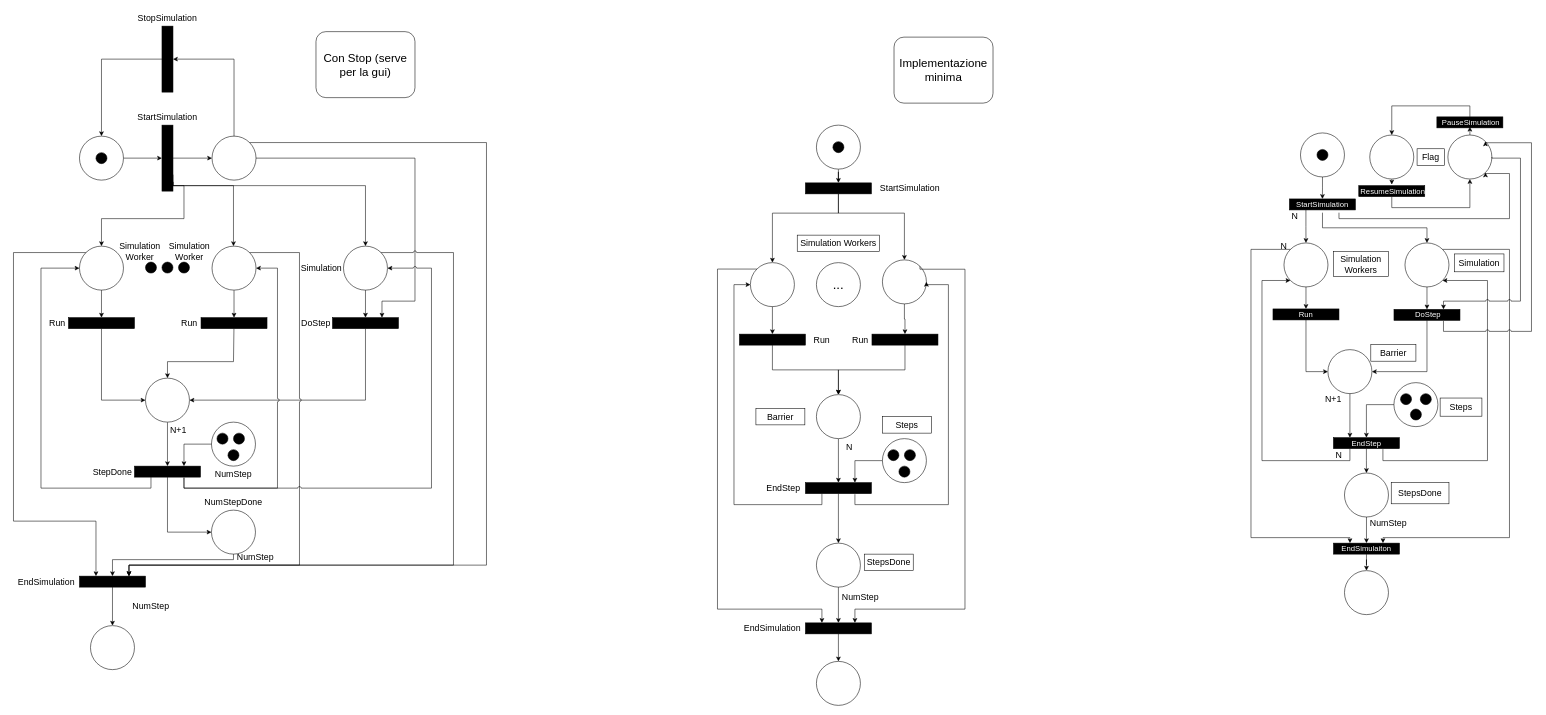
zucchero-sintattico/PCD-ASS02-23-24 keeps this draw.io diagram as page "petrinet" (2 of 3) of PCD_ASS01.drawio. Above is the earlier version. Source tidied: cells renumbered, new cells numbered last; positions are measured from the earlier drawing's top-left corner, leaving out a move shared by most shapes. Both pictures are drawn from the tidied source at 55%, with x=0, y=0 at pixel (13, 9).
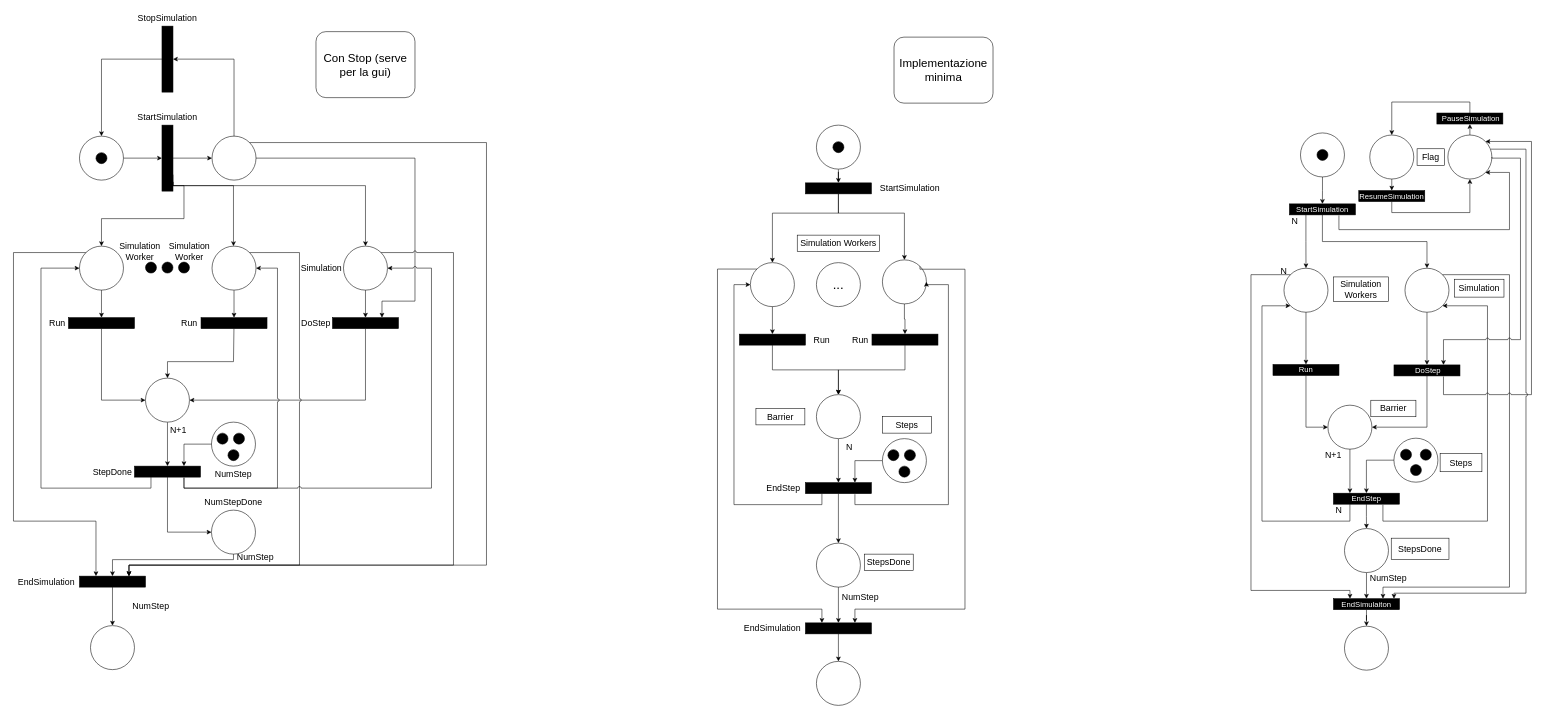
The same diagram, later.

Unchanged cells that the change refers to:
```xml
<mxCell id="120" style="ellipse;whiteSpace=wrap;html=1;" parent="1" vertex="1">
  <mxGeometry x="2608" y="228" width="80" height="80" as="geometry" />
</mxCell>
<mxCell id="126" style="ellipse;whiteSpace=wrap;html=1;" parent="1" vertex="1">
  <mxGeometry x="2466" y="228" width="80" height="80" as="geometry" />
</mxCell>
```

Change to the diagram source:
```diff
@@
-    <mxCell id="115" style="edgeStyle=orthogonalEdgeStyle;rounded=0;jettySize=auto;html=1;entryX=1;entryY=1;entryDx=0;entryDy=0;exitX=1;exitY=1;exitDx=0;exitDy=0;" parent="1" edge="1" source="119" target="120">
+    <mxCell id="115" style="edgeStyle=orthogonalEdgeStyle;rounded=0;jettySize=auto;html=1;exitX=1;exitY=0.25;exitDx=1;exitDy=0;exitPerimeter=0;" parent="1" edge="1" source="118">
       <mxGeometry relative="1" as="geometry">
+        <mxPoint x="2676" y="296" as="targetPoint" />
         <Array as="points">
-          <mxPoint x="2410" y="380" />
-          <mxPoint x="2720" y="380" />
-          <mxPoint x="2720" y="298" />
+          <mxPoint x="2410" y="400" />
+          <mxPoint x="2720" y="400" />
+          <mxPoint x="2720" y="296" />
         </Array>
       </mxGeometry>
     </mxCell>
-    <mxCell id="116" style="edgeStyle=orthogonalEdgeStyle;rounded=0;jettySize=auto;html=1;exitX=0.5;exitY=1;exitDx=0;exitDy=0;entryX=0.5;entryY=0;entryDx=0;entryDy=0;" parent="1" edge="1" source="119" target="123">
+    <mxCell id="116" style="edgeStyle=orthogonalEdgeStyle;rounded=0;jettySize=auto;html=1;exitX=1;exitY=0.5;exitDx=0;exitDy=0;entryX=0.5;entryY=0;entryDx=0;entryDy=0;exitPerimeter=0;" parent="1" edge="1" source="118" target="123">
       <mxGeometry relative="1" as="geometry" />
     </mxCell>
@@
     <mxCell id="118" style="rounded=0;whiteSpace=wrap;html=1;fillColor=#000000;points=[[0,0,0,0,0],[0,0.25,0,0,0],[0,0.5,0,0,0],[0,0.58,0,-8,0],[0,0.75,0,0,0],[0,1,0,0,0],[0.25,0,0,0,0],[0.25,1,0,0,0],[0.5,0,0,0,0],[0.5,1,0,0,0],[0.75,0,0,0,0],[0.75,1,0,0,0],[1,0,0,0,0],[1,0.25,0,1,0],[1,0.5,0,0,0],[1,0.75,0,0,0],[1,0.86,0,0,0],[1,1,0,0,0]];rotation=90;" parent="1" vertex="1">
-      <mxGeometry x="2369.9" y="294.2" width="20" height="120" as="geometry" />
+      <mxGeometry x="2369.9" y="303.2" width="20" height="120" as="geometry" />
     </mxCell>
     <mxCell id="119" value="&lt;font color=&quot;#ffffff&quot; style=&quot;font-size: 14px;&quot;&gt;StartSimulation&lt;/font&gt;" style="text;html=1;align=center;verticalAlign=middle;whiteSpace=wrap;rounded=0;fillColor=none;" parent="1" vertex="1">
-      <mxGeometry x="2350" y="339.2" width="60" height="30" as="geometry" />
+      <mxGeometry x="2350" y="348.2" width="60" height="30" as="geometry" />
     </mxCell>
@@
     <mxCell id="121" style="ellipse;whiteSpace=wrap;html=1;" parent="1" vertex="1">
-      <mxGeometry x="2310" y="424.2" width="80" height="80" as="geometry" />
+      <mxGeometry x="2310" y="470.2" width="80" height="80" as="geometry" />
     </mxCell>
@@
     <mxCell id="123" style="ellipse;whiteSpace=wrap;html=1;" parent="1" vertex="1">
-      <mxGeometry x="2530" y="424.2" width="80" height="80" as="geometry" />
+      <mxGeometry x="2530" y="470.2" width="80" height="80" as="geometry" />
     </mxCell>
-    <mxCell id="124" style="edgeStyle=orthogonalEdgeStyle;rounded=0;jettySize=auto;html=1;exitX=0;exitY=0.5;exitDx=0;exitDy=0;exitPerimeter=0;entryX=0.5;entryY=1;entryDx=0;entryDy=0;" parent="1" edge="1" source="125" target="120">
-      <mxGeometry relative="1" as="geometry" />
-    </mxCell>
     <mxCell id="125" style="rounded=0;whiteSpace=wrap;html=1;fillColor=#000000;points=[[0,0,0,0,0],[0,0.25,0,0,0],[0,0.5,0,0,0],[0,0.58,0,-8,0],[0,0.75,0,0,0],[0,1,0,0,0],[0.25,0,0,0,0],[0.25,1,0,0,0],[0.5,0,0,0,0],[0.5,1,0,0,0],[0.75,0,0,0,0],[0.75,1,0,0,0],[1,0,0,0,0],[1,0.25,0,1,0],[1,0.5,0,0,0],[1,0.75,0,0,0],[1,0.86,0,0,0],[1,1,0,0,0]];rotation=-90;" parent="1" vertex="1">
-      <mxGeometry x="2496" y="270" width="20" height="120" as="geometry" />
+      <mxGeometry x="2496" y="279" width="20" height="120" as="geometry" />
     </mxCell>
@@
     <mxCell id="128" style="rounded=0;whiteSpace=wrap;html=1;fillColor=#000000;points=[[0,0,0,0,0],[0,0.25,0,0,0],[0,0.5,0,0,0],[0,0.58,0,-8,0],[0,0.75,0,0,0],[0,1,0,0,0],[0.25,0,0,0,0],[0.25,1,0,0,0],[0.5,0,0,0,0],[0.5,1,0,0,0],[0.75,0,0,0,0],[0.75,1,0,0,0],[1,0,0,0,0],[1,0.25,0,1,0],[1,0.5,0,0,0],[1,0.75,0,0,0],[1,0.86,0,0,0],[1,1,0,0,0]];rotation=90;" parent="1" vertex="1">
-      <mxGeometry x="2340" y="494.2" width="20" height="120" as="geometry" />
+      <mxGeometry x="2340" y="595.2" width="20" height="120" as="geometry" />
     </mxCell>
     <mxCell id="129" value="&lt;font color=&quot;#ffffff&quot; style=&quot;font-size: 14px;&quot;&gt;Run&lt;/font&gt;" style="text;html=1;align=center;verticalAlign=middle;whiteSpace=wrap;rounded=0;fillColor=none;" parent="1" vertex="1">
-      <mxGeometry x="2320" y="539.2" width="60" height="30" as="geometry" />
+      <mxGeometry x="2320" y="640.2" width="60" height="30" as="geometry" />
     </mxCell>
@@
     <mxCell id="131" style="rounded=0;whiteSpace=wrap;html=1;fillColor=#000000;points=[[0,0,0,0,0],[0,0.25,0,0,0],[0,0.5,0,0,0],[0,0.58,0,-8,0],[0,0.75,0,0,0],[0,1,0,0,0],[0.25,0,0,0,0],[0.25,1,0,0,0],[0.5,0,0,0,0],[0.5,1,0,0,0],[0.75,0,0,0,0],[0.75,1,0,0,0],[1,0,0,0,0],[1,0.25,0,1,0],[1,0.5,0,0,0],[1,0.75,0,0,0],[1,0.86,0,0,0],[1,1,0,0,0]];rotation=90;" parent="1" vertex="1">
-      <mxGeometry x="2560" y="495" width="20" height="120" as="geometry" />
+      <mxGeometry x="2560" y="596" width="20" height="120" as="geometry" />
     </mxCell>
@@
     <mxCell id="133" style="ellipse;whiteSpace=wrap;html=1;" parent="1" vertex="1">
-      <mxGeometry x="2389.9" y="618.2" width="80" height="80" as="geometry" />
+      <mxGeometry x="2389.9" y="719.2" width="80" height="80" as="geometry" />
     </mxCell>
@@
     <mxCell id="135" style="edgeStyle=orthogonalEdgeStyle;rounded=0;jettySize=auto;html=1;exitX=1;exitY=0.75;exitDx=0;exitDy=0;exitPerimeter=0;entryX=0;entryY=1;entryDx=0;entryDy=0;" parent="1" edge="1" source="137" target="121">
       <mxGeometry relative="1" as="geometry">
         <Array as="points">
-          <mxPoint x="2430" y="820" />
-          <mxPoint x="2270" y="820" />
-          <mxPoint x="2270" y="493" />
+          <mxPoint x="2430" y="930" />
+          <mxPoint x="2270" y="930" />
+          <mxPoint x="2270" y="539" />
         </Array>
       </mxGeometry>
     </mxCell>
     <mxCell id="136" style="edgeStyle=orthogonalEdgeStyle;rounded=0;jettySize=auto;html=1;exitX=1;exitY=0.25;exitDx=1;exitDy=0;exitPerimeter=0;entryX=1;entryY=1;entryDx=0;entryDy=0;" parent="1" edge="1" source="137" target="123">
       <mxGeometry relative="1" as="geometry">
         <Array as="points">
-          <mxPoint x="2490" y="820" />
-          <mxPoint x="2680" y="820" />
-          <mxPoint x="2680" y="493" />
+          <mxPoint x="2490" y="930" />
+          <mxPoint x="2680" y="930" />
+          <mxPoint x="2680" y="539" />
         </Array>
       </mxGeometry>
     </mxCell>
     <mxCell id="137" style="rounded=0;whiteSpace=wrap;html=1;fillColor=#000000;points=[[0,0,0,0,0],[0,0.25,0,0,0],[0,0.5,0,0,0],[0,0.58,0,-8,0],[0,0.75,0,0,0],[0,1,0,0,0],[0.25,0,0,0,0],[0.25,1,0,0,0],[0.5,0,0,0,0],[0.5,1,0,0,0],[0.75,0,0,0,0],[0.75,1,0,0,0],[1,0,0,0,0],[1,0.25,0,1,0],[1,0.5,0,0,0],[1,0.75,0,0,0],[1,0.86,0,0,0],[1,1,0,0,0]];rotation=90;" parent="1" vertex="1">
-      <mxGeometry x="2449.9" y="728.2" width="20" height="120" as="geometry" />
+      <mxGeometry x="2449.9" y="829.2" width="20" height="120" as="geometry" />
     </mxCell>
@@
     <mxCell id="139" style="ellipse;whiteSpace=wrap;html=1;" parent="1" vertex="1">
-      <mxGeometry x="2509.9" y="678.2" width="80" height="80" as="geometry" />
+      <mxGeometry x="2509.9" y="779.2" width="80" height="80" as="geometry" />
     </mxCell>
     <mxCell id="140" style="edgeStyle=orthogonalEdgeStyle;rounded=0;jettySize=auto;html=1;entryX=0;entryY=0.5;entryDx=0;entryDy=0;entryPerimeter=0;" parent="1" edge="1" source="139" target="137">
       <mxGeometry relative="1" as="geometry">
         <Array as="points">
-          <mxPoint x="2459.9" y="718.2" />
+          <mxPoint x="2459.9" y="819.2" />
         </Array>
       </mxGeometry>
     </mxCell>
@@
     <mxCell id="142" style="ellipse;whiteSpace=wrap;html=1;" parent="1" vertex="1">
-      <mxGeometry x="2420" y="842.5" width="80" height="80" as="geometry" />
+      <mxGeometry x="2420" y="943.5" width="80" height="80" as="geometry" />
     </mxCell>
@@
     <mxCell id="144" style="rounded=0;whiteSpace=wrap;html=1;fillColor=#000000;points=[[0,0,0,0,0],[0,0.25,0,0,0],[0,0.5,0,0,0],[0,0.58,0,-8,0],[0,0.75,0,0,0],[0,1,0,0,0],[0.25,0,0,0,0],[0.25,1,0,0,0],[0.5,0,0,0,0],[0.5,1,0,0,0],[0.75,0,0,0,0],[0.75,1,0,0,0],[1,0,0,0,0],[1,0.25,0,1,0],[1,0.5,0,0,0],[1,0.75,0,0,0],[1,0.86,0,0,0],[1,1,0,0,0]];rotation=90;" parent="1" vertex="1">
-      <mxGeometry x="2450" y="920" width="20" height="120" as="geometry" />
+      <mxGeometry x="2450" y="1021" width="20" height="120" as="geometry" />
     </mxCell>
     <mxCell id="145" style="edgeStyle=orthogonalEdgeStyle;rounded=0;jettySize=auto;html=1;exitX=0;exitY=0;exitDx=0;exitDy=0;entryX=0;entryY=0.75;entryDx=0;entryDy=0;entryPerimeter=0;" parent="1" edge="1" source="121" target="144">
       <mxGeometry relative="1" as="geometry">
         <Array as="points">
-          <mxPoint x="2250" y="436" />
-          <mxPoint x="2250" y="960" />
-          <mxPoint x="2430" y="960" />
+          <mxPoint x="2250" y="482" />
+          <mxPoint x="2250" y="1056" />
+          <mxPoint x="2430" y="1056" />
         </Array>
       </mxGeometry>
     </mxCell>
     <mxCell id="146" style="ellipse;whiteSpace=wrap;html=1;" parent="1" vertex="1">
-      <mxGeometry x="2420" y="1020" width="80" height="80" as="geometry" />
+      <mxGeometry x="2420" y="1121" width="80" height="80" as="geometry" />
     </mxCell>
     <mxCell id="147" value="&lt;font color=&quot;#ffffff&quot; style=&quot;font-size: 14px;&quot;&gt;EndStep&lt;/font&gt;" style="text;html=1;align=center;verticalAlign=middle;whiteSpace=wrap;rounded=0;fillColor=none;" parent="1" vertex="1">
-      <mxGeometry x="2429.9" y="773.2" width="60" height="30" as="geometry" />
+      <mxGeometry x="2429.9" y="874.2" width="60" height="30" as="geometry" />
     </mxCell>
     <mxCell id="148" value="&lt;font color=&quot;#ffffff&quot; style=&quot;font-size: 14px;&quot;&gt;EndSimulaiton&lt;/font&gt;" style="text;html=1;align=center;verticalAlign=middle;whiteSpace=wrap;rounded=0;fillColor=none;" parent="1" vertex="1">
-      <mxGeometry x="2430" y="965" width="60" height="30" as="geometry" />
+      <mxGeometry x="2430" y="1066" width="60" height="30" as="geometry" />
     </mxCell>
     <mxCell id="149" style="ellipse;whiteSpace=wrap;html=1;fillColor=#000000;" parent="1" vertex="1">
-      <mxGeometry x="2521.9" y="698.2" width="20" height="20" as="geometry" />
+      <mxGeometry x="2521.9" y="799.2" width="20" height="20" as="geometry" />
     </mxCell>
     <mxCell id="150" style="ellipse;whiteSpace=wrap;html=1;fillColor=#000000;" parent="1" vertex="1">
-      <mxGeometry x="2557.9" y="698.2" width="20" height="20" as="geometry" />
+      <mxGeometry x="2557.9" y="799.2" width="20" height="20" as="geometry" />
     </mxCell>
     <mxCell id="151" style="ellipse;whiteSpace=wrap;html=1;fillColor=#000000;" parent="1" vertex="1">
-      <mxGeometry x="2539.9" y="726.2" width="20" height="20" as="geometry" />
+      <mxGeometry x="2539.9" y="827.2" width="20" height="20" as="geometry" />
     </mxCell>
     <mxCell id="152" value="&lt;span style=&quot;font-size: 16px;&quot;&gt;N&lt;/span&gt;" style="text;html=1;align=center;verticalAlign=middle;whiteSpace=wrap;rounded=0;" parent="1" vertex="1">
-      <mxGeometry x="2300" y="360" width="60" height="30" as="geometry" />
+      <mxGeometry x="2300" y="369" width="60" height="30" as="geometry" />
     </mxCell>
     <mxCell id="153" value="&lt;span style=&quot;font-size: 16px;&quot;&gt;N+1&lt;/span&gt;" style="text;html=1;align=center;verticalAlign=middle;whiteSpace=wrap;rounded=0;" parent="1" vertex="1">
-      <mxGeometry x="2369.9" y="693.2" width="60" height="30" as="geometry" />
+      <mxGeometry x="2369.9" y="794.2" width="60" height="30" as="geometry" />
     </mxCell>
     <mxCell id="154" value="&lt;span style=&quot;font-size: 16px;&quot;&gt;N&lt;/span&gt;" style="text;html=1;align=center;verticalAlign=middle;whiteSpace=wrap;rounded=0;" parent="1" vertex="1">
-      <mxGeometry x="2379.8" y="794.2" width="60" height="30" as="geometry" />
+      <mxGeometry x="2379.8" y="895.2" width="60" height="30" as="geometry" />
     </mxCell>
     <mxCell id="155" value="&lt;span style=&quot;font-size: 16px;&quot;&gt;NumStep&lt;/span&gt;" style="text;html=1;align=center;verticalAlign=middle;whiteSpace=wrap;rounded=0;" parent="1" vertex="1">
-      <mxGeometry x="2470.1" y="919.2" width="59.8" height="28.2" as="geometry" />
+      <mxGeometry x="2470.1" y="1020.2" width="59.8" height="28.2" as="geometry" />
     </mxCell>
     <mxCell id="156" value="&lt;span style=&quot;font-size: 16px;&quot;&gt;N&lt;/span&gt;" style="text;html=1;align=center;verticalAlign=middle;whiteSpace=wrap;rounded=0;" parent="1" vertex="1">
-      <mxGeometry x="2280" y="414.2" width="60" height="30" as="geometry" />
+      <mxGeometry x="2280" y="460.2" width="60" height="30" as="geometry" />
     </mxCell>
     <mxCell id="157" value="&lt;span style=&quot;font-size: 16px;&quot;&gt;Simulation&lt;/span&gt;" style="text;html=1;align=center;verticalAlign=middle;whiteSpace=wrap;rounded=0;fillColor=none;strokeColor=default;" parent="1" vertex="1">
-      <mxGeometry x="2620" y="444.2" width="90" height="32.5" as="geometry" />
+      <mxGeometry x="2620" y="490.2" width="90" height="32.5" as="geometry" />
     </mxCell>
     <mxCell id="158" value="&lt;font style=&quot;font-size: 16px;&quot;&gt;Barrier&lt;/font&gt;" style="text;html=1;align=center;verticalAlign=middle;whiteSpace=wrap;rounded=0;fillColor=none;strokeColor=default;" parent="1" vertex="1">
-      <mxGeometry x="2467.9" y="609.2" width="82" height="30" as="geometry" />
+      <mxGeometry x="2467.9" y="710.2" width="82" height="30" as="geometry" />
     </mxCell>
     <mxCell id="159" value="&lt;font style=&quot;font-size: 16px;&quot;&gt;Steps&lt;/font&gt;" style="text;html=1;align=center;verticalAlign=middle;whiteSpace=wrap;rounded=0;fillColor=none;strokeColor=default;" parent="1" vertex="1">
-      <mxGeometry x="2593.9" y="706.2" width="76" height="33" as="geometry" />
+      <mxGeometry x="2593.9" y="807.2" width="76" height="33" as="geometry" />
     </mxCell>
     <mxCell id="160" value="&lt;font style=&quot;font-size: 16px;&quot;&gt;StepsDone&lt;/font&gt;" style="text;html=1;align=center;verticalAlign=middle;whiteSpace=wrap;rounded=0;fillColor=none;strokeColor=default;" parent="1" vertex="1">
-      <mxGeometry x="2505" y="860" width="105" height="38.5" as="geometry" />
+      <mxGeometry x="2505" y="961" width="105" height="38.5" as="geometry" />
     </mxCell>
     <mxCell id="161" value="&lt;font style=&quot;font-size: 16px;&quot;&gt;Simulation Workers&lt;/font&gt;" style="text;html=1;align=center;verticalAlign=middle;whiteSpace=wrap;rounded=0;fillColor=none;strokeColor=default;" parent="1" vertex="1">
-      <mxGeometry x="2400" y="440" width="100" height="45" as="geometry" />
+      <mxGeometry x="2400" y="486" width="100" height="45" as="geometry" />
     </mxCell>
@@
     <mxCell id="163" style="edgeStyle=orthogonalEdgeStyle;rounded=0;jettySize=auto;html=1;exitX=1;exitY=0;exitDx=0;exitDy=0;entryX=0;entryY=0.25;entryDx=0;entryDy=0;entryPerimeter=0;" parent="1" edge="1" source="123" target="144">
       <mxGeometry relative="1" as="geometry">
         <Array as="points">
-          <mxPoint x="2720" y="436" />
-          <mxPoint x="2720" y="960" />
-          <mxPoint x="2490" y="960" />
+          <mxPoint x="2720" y="482" />
+          <mxPoint x="2720" y="1050" />
+          <mxPoint x="2490" y="1050" />
         </Array>
       </mxGeometry>
     </mxCell>
@@
     <mxCell id="165" style="rounded=0;whiteSpace=wrap;html=1;fillColor=#000000;points=[[0,0,0,0,0],[0,0.25,0,0,0],[0,0.5,0,0,0],[0,0.58,0,-8,0],[0,0.75,0,0,0],[0,1,0,0,0],[0.25,0,0,0,0],[0.25,1,0,0,0],[0.5,0,0,0,0],[0.5,1,0,0,0],[0.75,0,0,0,0],[0.75,1,0,0,0],[1,0,0,0,0],[1,0.25,0,1,0],[1,0.5,0,0,0],[1,0.75,0,0,0],[1,0.86,0,0,0],[1,1,0,0,0]];rotation=-90;" parent="1" vertex="1">
-      <mxGeometry x="2638" y="145" width="20" height="120" as="geometry" />
+      <mxGeometry x="2638" y="138" width="20" height="120" as="geometry" />
     </mxCell>
     <mxCell id="166" style="edgeStyle=orthogonalEdgeStyle;rounded=0;jettySize=auto;html=1;exitX=1;exitY=0.5;exitDx=0;exitDy=0;entryX=0;entryY=0.25;entryDx=0;entryDy=0;entryPerimeter=0;jumpStyle=arc;" parent="1" edge="1" source="120" target="131">
       <mxGeometry relative="1" as="geometry">
         <Array as="points">
+          <mxPoint x="2688" y="270" />
           <mxPoint x="2740" y="270" />
-          <mxPoint x="2740" y="530" />
-          <mxPoint x="2600" y="530" />
+          <mxPoint x="2740" y="600" />
+          <mxPoint x="2600" y="600" />
         </Array>
       </mxGeometry>
     </mxCell>
-    <mxCell id="167" style="edgeStyle=orthogonalEdgeStyle;rounded=0;jettySize=auto;html=1;exitX=0.5;exitY=1;exitDx=0;exitDy=0;entryX=1;entryY=0.5;entryDx=0;entryDy=0;entryPerimeter=0;" parent="1" edge="1" source="126">
-      <mxGeometry relative="1" as="geometry">
-        <mxPoint x="2506" y="318" as="targetPoint" />
-      </mxGeometry>
+    <mxCell id="167" style="edgeStyle=orthogonalEdgeStyle;rounded=0;jettySize=auto;html=1;exitX=0.5;exitY=1;exitDx=0;exitDy=0;entryX=1;entryY=0.5;entryDx=0;entryDy=0;entryPerimeter=0;" parent="1" edge="1" source="126" target="125">
+      <mxGeometry relative="1" as="geometry" />
     </mxCell>
-    <mxCell id="168" style="edgeStyle=orthogonalEdgeStyle;rounded=0;jettySize=auto;html=1;exitX=0.5;exitY=0;exitDx=0;exitDy=0;entryX=0;entryY=0.5;entryDx=0;entryDy=0;entryPerimeter=0;" parent="1" edge="1" source="120">
-      <mxGeometry relative="1" as="geometry">
-        <mxPoint x="2648" y="213" as="targetPoint" />
-      </mxGeometry>
+    <mxCell id="168" style="edgeStyle=orthogonalEdgeStyle;rounded=0;jettySize=auto;html=1;exitX=0.5;exitY=0;exitDx=0;exitDy=0;entryX=0;entryY=0.5;entryDx=0;entryDy=0;entryPerimeter=0;" parent="1" edge="1" source="120" target="165">
+      <mxGeometry relative="1" as="geometry" />
     </mxCell>
     <mxCell id="169" value="&lt;font color=&quot;#ffffff&quot; style=&quot;font-size: 14px;&quot;&gt;DoStep&lt;/font&gt;" style="text;html=1;align=center;verticalAlign=middle;whiteSpace=wrap;rounded=0;fillColor=none;" parent="1" vertex="1">
-      <mxGeometry x="2542" y="540" width="60" height="30" as="geometry" />
+      <mxGeometry x="2542" y="641" width="60" height="30" as="geometry" />
     </mxCell>
     <mxCell id="170" style="edgeStyle=orthogonalEdgeStyle;rounded=0;jettySize=auto;html=1;exitX=1;exitY=0.25;exitDx=1;exitDy=0;exitPerimeter=0;entryX=1;entryY=0;entryDx=0;entryDy=0;jumpStyle=arc;" parent="1" edge="1" source="131" target="120">
       <mxGeometry relative="1" as="geometry">
         <Array as="points">
-          <mxPoint x="2600" y="585" />
-          <mxPoint x="2760" y="585" />
-          <mxPoint x="2760" y="242" />
+          <mxPoint x="2600" y="700" />
+          <mxPoint x="2760" y="700" />
+          <mxPoint x="2760" y="240" />
         </Array>
       </mxGeometry>
     </mxCell>
     <mxCell id="171" value="&lt;font color=&quot;#ffffff&quot; style=&quot;font-size: 14px;&quot;&gt;PauseSimulation&lt;/font&gt;" style="text;html=1;align=center;verticalAlign=middle;whiteSpace=wrap;rounded=0;fillColor=none;" parent="1" vertex="1">
-      <mxGeometry x="2620" y="190" width="60" height="30" as="geometry" />
+      <mxGeometry x="2620" y="183" width="60" height="30" as="geometry" />
     </mxCell>
+    <mxCell id="124" style="edgeStyle=orthogonalEdgeStyle;rounded=0;jettySize=auto;html=1;exitX=0;exitY=0.5;exitDx=0;exitDy=0;exitPerimeter=0;entryX=0.5;entryY=1;entryDx=0;entryDy=0;" parent="1" edge="1" source="125" target="120">
+      <mxGeometry relative="1" as="geometry" />
+    </mxCell>
     <mxCell id="172" value="&lt;font color=&quot;#ffffff&quot; style=&quot;font-size: 14px;&quot;&gt;ResumeSimulation&lt;/font&gt;" style="text;html=1;align=center;verticalAlign=middle;whiteSpace=wrap;rounded=0;fillColor=none;" parent="1" vertex="1">
-      <mxGeometry x="2478" y="315" width="60" height="30" as="geometry" />
+      <mxGeometry x="2476" y="324" width="60" height="30" as="geometry" />
     </mxCell>
+    <mxCell id="173" style="edgeStyle=orthogonalEdgeStyle;rounded=0;orthogonalLoop=1;jettySize=auto;html=1;entryX=0.979;entryY=0.309;entryDx=0;entryDy=0;entryPerimeter=0;startArrow=classic;startFill=1;endArrow=none;endFill=0;jumpStyle=arc;" parent="1" edge="1">
+      <mxGeometry relative="1" as="geometry">
+        <mxPoint x="2510" y="1071" as="sourcePoint" />
+        <mxPoint x="2686.3" y="253.7" as="targetPoint" />
+        <Array as="points">
+          <mxPoint x="2510" y="1061" />
+          <mxPoint x="2750" y="1061" />
+          <mxPoint x="2750" y="254" />
+        </Array>
+      </mxGeometry>
+    </mxCell>
```
